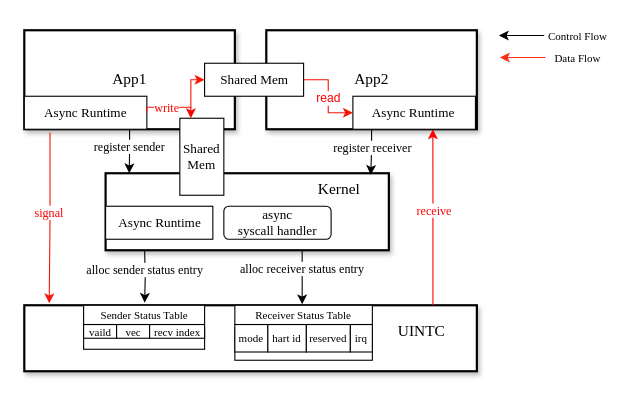
Earlier version of the draw.io diagram images/framework.drawio (oscourse-tsinghua/openingreport-ldhai2023). Source tidied: cells renumbered, new cells numbered last; positions are measured from the earlier drawing's top-left corner, leaving out a move shared by most shapes. Both pictures are drawn from the tidied source at 110%, with x=0, y=0 at pixel (24, 19).
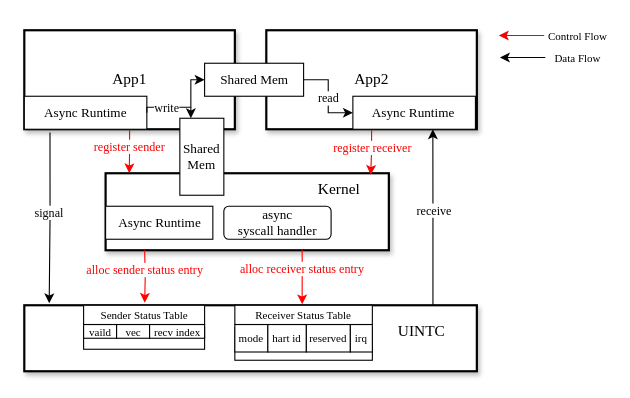
The same page after the edit.

Unchanged cells that the change refers to:
```xml
<mxCell id="2" value="&lt;font style=&quot;font-size: 14px;&quot; face=&quot;Times New Roman&quot;&gt;App1&lt;/font&gt;" style="rounded=0;whiteSpace=wrap;html=1;strokeWidth=2;shadow=1;" parent="1" vertex="1">
  <mxGeometry x="-0.4" y="10" width="191.4" height="90" as="geometry" />
</mxCell>
<mxCell id="3" value="&lt;font style=&quot;font-size: 14px;&quot; face=&quot;Times New Roman&quot;&gt;App2&lt;/font&gt;" style="rounded=0;whiteSpace=wrap;html=1;strokeWidth=2;shadow=1;" parent="1" vertex="1">
  <mxGeometry x="219.6" y="10" width="191.4" height="90" as="geometry" />
</mxCell>
<mxCell id="4" style="rounded=0;whiteSpace=wrap;html=1;strokeWidth=2;shadow=1;" parent="1" vertex="1">
  <mxGeometry x="73.5" y="140" width="257.5" height="70" as="geometry" />
</mxCell>
<mxCell id="5" style="rounded=0;whiteSpace=wrap;html=1;strokeWidth=2;shadow=1;" parent="1" vertex="1">
  <mxGeometry x="-0.4" y="260" width="411.4" height="60" as="geometry" />
</mxCell>
<mxCell id="6" value="&lt;font face=&quot;Times New Roman&quot;&gt;Shared Mem&lt;/font&gt;" style="rounded=0;whiteSpace=wrap;html=1;" parent="1" vertex="1">
  <mxGeometry x="163.5" y="40" width="90" height="30" as="geometry" />
</mxCell>
<mxCell id="19" value="&lt;font face=&quot;Times New Roman&quot;&gt;Async Runtime&lt;/font&gt;" style="rounded=0;whiteSpace=wrap;html=1;" parent="1" vertex="1">
  <mxGeometry x="-0.4" y="70" width="111.4" height="30" as="geometry" />
</mxCell>
<mxCell id="20" value="&lt;font face=&quot;Times New Roman&quot;&gt;Async Runtime&lt;/font&gt;" style="rounded=0;whiteSpace=wrap;html=1;" parent="1" vertex="1">
  <mxGeometry x="298.3" y="70" width="111.4" height="30" as="geometry" />
</mxCell>
<mxCell id="41" value="&lt;font style=&quot;font-size: 12px;&quot; face=&quot;Times New Roman&quot;&gt;Shared Mem&lt;/font&gt;" style="rounded=0;whiteSpace=wrap;html=1;" parent="1" vertex="1">
  <mxGeometry x="141" y="90" width="40" height="70" as="geometry" />
</mxCell>
```

What changed in the source:
```diff
@@
-    <mxCell id="7" style="edgeStyle=orthogonalEdgeStyle;rounded=0;jettySize=auto;html=1;exitX=0.5;exitY=1;exitDx=0;exitDy=0;" parent="1" edge="1" source="2">
+    <mxCell id="7" style="edgeStyle=orthogonalEdgeStyle;rounded=0;jettySize=auto;html=1;exitX=0.5;exitY=1;exitDx=0;exitDy=0;strokeColor=#ff0000;" parent="1" edge="1" source="2">
       <mxGeometry relative="1" as="geometry">
         <mxPoint x="95" y="140" as="targetPoint" />
       </mxGeometry>
     </mxCell>
-    <mxCell id="8" value="&lt;font face=&quot;Times New Roman&quot;&gt;register sender&lt;/font&gt;" style="edgeLabel;html=1;align=center;verticalAlign=middle;" parent="7" vertex="1">
+    <mxCell id="8" value="&lt;font color=&quot;#fa0000&quot; face=&quot;Times New Roman&quot;&gt;register sender&lt;/font&gt;" style="edgeLabel;html=1;align=center;verticalAlign=middle;" parent="7" vertex="1">
       <mxGeometry x="-0.25" y="-1" relative="1" as="geometry" />
     </mxCell>
-    <mxCell id="9" style="edgeStyle=orthogonalEdgeStyle;rounded=0;jettySize=auto;html=1;entryX=0.266;entryY=-0.038;entryDx=0;entryDy=0;entryPerimeter=0;" parent="1" edge="1" target="5">
+    <mxCell id="9" style="edgeStyle=orthogonalEdgeStyle;rounded=0;jettySize=auto;html=1;entryX=0.266;entryY=-0.038;entryDx=0;entryDy=0;entryPerimeter=0;strokeColor=#ff0000;" parent="1" edge="1" target="5">
       <mxGeometry relative="1" as="geometry">
         <mxPoint x="109" y="210" as="sourcePoint" />
       </mxGeometry>
     </mxCell>
-    <mxCell id="10" value="&lt;font face=&quot;Times New Roman&quot;&gt;alloc sender status entry&lt;/font&gt;" style="edgeLabel;html=1;align=center;verticalAlign=middle;" parent="9" vertex="1">
+    <mxCell id="10" value="&lt;font color=&quot;#fc0303&quot; face=&quot;Times New Roman&quot;&gt;alloc sender status entry&lt;/font&gt;" style="edgeLabel;html=1;align=center;verticalAlign=middle;" parent="9" vertex="1">
       <mxGeometry x="-0.27" y="-1" relative="1" as="geometry">
         <mxPoint y="-1" as="offset" />
       </mxGeometry>
     </mxCell>
-    <mxCell id="11" style="edgeStyle=orthogonalEdgeStyle;rounded=0;jettySize=auto;html=1;exitX=0.5;exitY=1;exitDx=0;exitDy=0;entryX=0.936;entryY=0.021;entryDx=0;entryDy=0;entryPerimeter=0;" parent="1" edge="1" source="3" target="4">
+    <mxCell id="11" style="edgeStyle=orthogonalEdgeStyle;rounded=0;jettySize=auto;html=1;exitX=0.5;exitY=1;exitDx=0;exitDy=0;entryX=0.936;entryY=0.021;entryDx=0;entryDy=0;entryPerimeter=0;strokeColor=#fa0000;" parent="1" edge="1" source="3" target="4">
       <mxGeometry relative="1" as="geometry" />
     </mxCell>
-    <mxCell id="12" value="&lt;font face=&quot;Times New Roman&quot;&gt;register receiver&lt;/font&gt;" style="edgeLabel;html=1;align=center;verticalAlign=middle;" parent="11" vertex="1">
+    <mxCell id="12" value="&lt;font color=&quot;#f90101&quot; face=&quot;Times New Roman&quot;&gt;register receiver&lt;/font&gt;" style="edgeLabel;html=1;align=center;verticalAlign=middle;" parent="11" vertex="1">
       <mxGeometry x="-0.23" relative="1" as="geometry" />
     </mxCell>
-    <mxCell id="13" style="edgeStyle=orthogonalEdgeStyle;rounded=0;jettySize=auto;html=1;entryX=0.614;entryY=-0.014;entryDx=0;entryDy=0;entryPerimeter=0;exitX=0.694;exitY=0.994;exitDx=0;exitDy=0;exitPerimeter=0;" parent="1" edge="1" source="4" target="5">
+    <mxCell id="13" style="edgeStyle=orthogonalEdgeStyle;rounded=0;jettySize=auto;html=1;entryX=0.614;entryY=-0.014;entryDx=0;entryDy=0;entryPerimeter=0;exitX=0.694;exitY=0.994;exitDx=0;exitDy=0;exitPerimeter=0;strokeColor=#ff0000;" parent="1" edge="1" source="4" target="5">
       <mxGeometry relative="1" as="geometry" />
     </mxCell>
-    <mxCell id="14" value="&lt;font face=&quot;Times New Roman&quot;&gt;alloc receiver status entry&lt;/font&gt;" style="edgeLabel;html=1;align=center;verticalAlign=middle;" parent="13" vertex="1">
+    <mxCell id="14" value="&lt;font color=&quot;#f90101&quot; face=&quot;Times New Roman&quot;&gt;alloc receiver status entry&lt;/font&gt;" style="edgeLabel;html=1;align=center;verticalAlign=middle;" parent="13" vertex="1">
       <mxGeometry x="-0.27" y="-1" relative="1" as="geometry">
         <mxPoint y="-1" as="offset" />
       </mxGeometry>
     </mxCell>
-    <mxCell id="15" style="edgeStyle=orthogonalEdgeStyle;rounded=0;jettySize=auto;html=1;entryX=0.055;entryY=-0.03;entryDx=0;entryDy=0;entryPerimeter=0;exitX=0.122;exitY=1.032;exitDx=0;exitDy=0;exitPerimeter=0;fillColor=#f8cecc;strokeColor=#f51505;" parent="1" edge="1" source="2" target="5">
+    <mxCell id="15" style="edgeStyle=orthogonalEdgeStyle;rounded=0;jettySize=auto;html=1;entryX=0.055;entryY=-0.03;entryDx=0;entryDy=0;entryPerimeter=0;exitX=0.122;exitY=1.032;exitDx=0;exitDy=0;exitPerimeter=0;fillColor=#f8cecc;strokeColor=#000000;" parent="1" edge="1" source="2" target="5">
       <mxGeometry relative="1" as="geometry" />
     </mxCell>
-    <mxCell id="16" value="&lt;span style=&quot;color: rgb(247, 2, 2); font-family: &amp;quot;Times New Roman&amp;quot;;&quot;&gt;signal&lt;/span&gt;" style="edgeLabel;html=1;align=center;verticalAlign=middle;" parent="15" vertex="1">
+    <mxCell id="16" value="&lt;span style=&quot;font-family: &amp;quot;Times New Roman&amp;quot;;&quot;&gt;&lt;font color=&quot;#080808&quot;&gt;signal&lt;/font&gt;&lt;/span&gt;" style="edgeLabel;html=1;align=center;verticalAlign=middle;" parent="15" vertex="1">
       <mxGeometry x="-0.06" y="-1" relative="1" as="geometry" />
     </mxCell>
-    <mxCell id="17" style="edgeStyle=orthogonalEdgeStyle;rounded=0;jettySize=auto;html=1;strokeColor=#ff0000;exitX=0.903;exitY=0;exitDx=0;exitDy=0;exitPerimeter=0;" parent="1" edge="1" source="5">
+    <mxCell id="17" style="edgeStyle=orthogonalEdgeStyle;rounded=0;jettySize=auto;html=1;strokeColor=#000000;exitX=0.903;exitY=0;exitDx=0;exitDy=0;exitPerimeter=0;" parent="1" edge="1" source="5">
       <mxGeometry relative="1" as="geometry">
         <mxPoint x="371" y="100" as="targetPoint" />
       </mxGeometry>
     </mxCell>
-    <mxCell id="18" value="&lt;span style=&quot;color: rgb(255, 0, 0); font-family: &amp;quot;Times New Roman&amp;quot;;&quot;&gt;receive&lt;/span&gt;" style="edgeLabel;html=1;align=center;verticalAlign=middle;" parent="17" vertex="1">
+    <mxCell id="18" value="&lt;span style=&quot;font-family: &amp;quot;Times New Roman&amp;quot;;&quot;&gt;receive&lt;/span&gt;" style="edgeLabel;html=1;align=center;verticalAlign=middle;" parent="17" vertex="1">
       <mxGeometry x="0.08" relative="1" as="geometry" />
     </mxCell>
@@
-    <mxCell id="33" style="edgeStyle=orthogonalEdgeStyle;rounded=0;jettySize=auto;html=1;entryX=0;entryY=0.5;entryDx=0;entryDy=0;exitX=1;exitY=0.5;exitDx=0;exitDy=0;fillColor=#f8cecc;strokeColor=#f51505;" parent="1" edge="1" source="19" target="6">
+    <mxCell id="33" style="edgeStyle=orthogonalEdgeStyle;rounded=0;jettySize=auto;html=1;entryX=0;entryY=0.5;entryDx=0;entryDy=0;exitX=1;exitY=0.5;exitDx=0;exitDy=0;fillColor=#f8cecc;strokeColor=#030303;" parent="1" edge="1" source="19" target="6">
       <mxGeometry relative="1" as="geometry">
         <Array as="points">
           <mxPoint x="111" y="80" />
           <mxPoint x="151" y="80" />
           <mxPoint x="151" y="55" />
         </Array>
       </mxGeometry>
     </mxCell>
-    <mxCell id="34" value="&lt;font color=&quot;#fa0000&quot; face=&quot;Times New Roman&quot;&gt;write&lt;/font&gt;" style="edgeLabel;html=1;align=center;verticalAlign=middle;" parent="33" vertex="1">
+    <mxCell id="34" value="&lt;font color=&quot;#050505&quot; face=&quot;Times New Roman&quot;&gt;write&lt;/font&gt;" style="edgeLabel;html=1;align=center;verticalAlign=middle;" parent="33" vertex="1">
       <mxGeometry x="-0.46" relative="1" as="geometry" />
     </mxCell>
-    <mxCell id="35" style="edgeStyle=orthogonalEdgeStyle;rounded=0;jettySize=auto;html=1;entryX=0;entryY=0.5;entryDx=0;entryDy=0;exitX=1;exitY=0.5;exitDx=0;exitDy=0;fillColor=#f8cecc;strokeColor=#f51505;" parent="1" edge="1" source="6" target="20">
+    <mxCell id="35" style="edgeStyle=orthogonalEdgeStyle;rounded=0;jettySize=auto;html=1;entryX=0;entryY=0.5;entryDx=0;entryDy=0;exitX=1;exitY=0.5;exitDx=0;exitDy=0;fillColor=#f8cecc;strokeColor=#050505;" parent="1" edge="1" source="6" target="20">
       <mxGeometry relative="1" as="geometry" />
     </mxCell>
-    <mxCell id="36" value="&lt;font color=&quot;#fa0000&quot;&gt;read&lt;/font&gt;" style="edgeLabel;html=1;align=center;verticalAlign=middle;" parent="35" vertex="1">
+    <mxCell id="36" value="&lt;font color=&quot;#030303&quot; face=&quot;Times New Roman&quot;&gt;read&lt;/font&gt;" style="edgeLabel;html=1;align=center;verticalAlign=middle;" parent="35" vertex="1">
       <mxGeometry x="0.05" relative="1" as="geometry" />
     </mxCell>
-    <mxCell id="37" style="endArrow=classic;html=1;rounded=0;" parent="1" edge="1">
+    <mxCell id="37" style="endArrow=classic;html=1;rounded=0;strokeColor=#f20202;" parent="1" edge="1">
       <mxGeometry relative="1" as="geometry">
         <mxPoint x="472.2" y="14.8" as="sourcePoint" />
         <mxPoint x="431" y="14.8" as="targetPoint" />
       </mxGeometry>
     </mxCell>
-    <mxCell id="38" style="endArrow=classic;html=1;rounded=0;strokeColor=#FF2C14;" parent="1" edge="1">
+    <mxCell id="38" style="endArrow=classic;html=1;rounded=0;strokeColor=#050505;" parent="1" edge="1">
       <mxGeometry relative="1" as="geometry">
         <mxPoint x="473.2" y="34.8" as="sourcePoint" />
         <mxPoint x="432" y="34.8" as="targetPoint" />
       </mxGeometry>
     </mxCell>
@@
-    <mxCell id="43" style="edgeStyle=orthogonalEdgeStyle;rounded=0;jettySize=auto;html=1;strokeColor=#ff0000;entryX=0.25;entryY=0;entryDx=0;entryDy=0;" parent="1" edge="1" target="41">
+    <mxCell id="43" style="edgeStyle=orthogonalEdgeStyle;rounded=0;jettySize=auto;html=1;strokeColor=#050505;entryX=0.25;entryY=0;entryDx=0;entryDy=0;" parent="1" edge="1" target="41">
       <mxGeometry relative="1" as="geometry">
         <mxPoint x="151" y="80" as="sourcePoint" />
       </mxGeometry>
     </mxCell>
```
